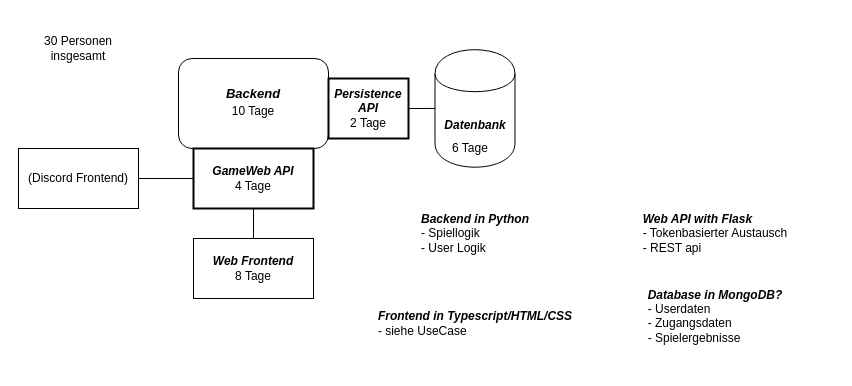
Above: page "Technische Umsetzung" (1 of 3) of Konzepte.drawio in ChroniclesOfTheRedeemed/VierGewinntLernFeld12 (draw.io), before the change. Source tidied: cells renumbered, new cells numbered last; positions are measured from the earlier drawing's top-left corner, leaving out a move shared by most shapes. Both pictures are drawn from the tidied source at 100%, with x=0, y=0 at pixel (18, 18).
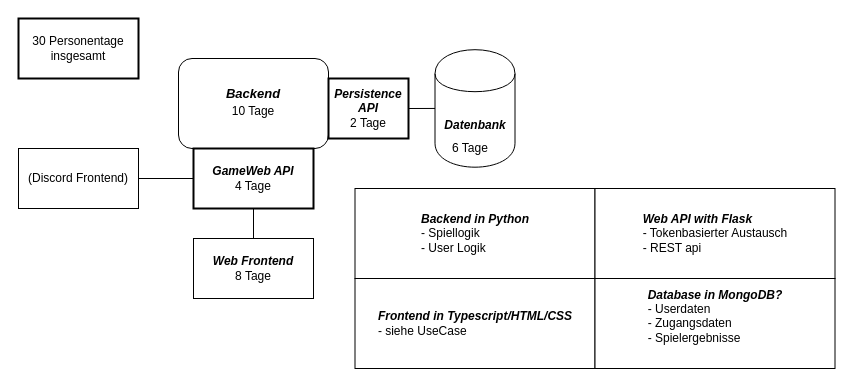
The same diagram, later.

Change to the diagram source:
```diff
@@
 <mxGraphModel>
   <root>
     <mxCell id="0" />
     <mxCell id="1" parent="0" />
     <mxCell id="2" style="edgeStyle=orthogonalEdgeStyle;rounded=0;jettySize=auto;html=1;exitX=1;exitY=0.5;exitDx=0;exitDy=0;entryX=0;entryY=0.5;entryDx=0;entryDy=0;endArrow=none;endFill=0;" parent="1" edge="1" source="4" target="11">
       <mxGeometry relative="1" as="geometry" />
     </mxCell>
     <mxCell id="3" style="edgeStyle=orthogonalEdgeStyle;rounded=0;jettySize=auto;html=1;exitX=0.5;exitY=1;exitDx=0;exitDy=0;entryX=0.5;entryY=0;entryDx=0;entryDy=0;endArrow=none;endFill=0;" parent="1" edge="1" source="4" target="9">
       <mxGeometry relative="1" as="geometry" />
     </mxCell>
     <mxCell id="4" value="&lt;br&gt;10 Tage" style="rounded=1;whiteSpace=wrap;html=1;" parent="1" vertex="1">
       <mxGeometry x="160" y="40" width="150" height="90" as="geometry" />
     </mxCell>
     <mxCell id="5" value="&lt;font style=&quot;font-size: 13px&quot;&gt;&lt;i&gt;&lt;b&gt;Backend&lt;/b&gt;&lt;/i&gt;&lt;/font&gt;" style="text;html=1;strokeColor=none;fillColor=none;align=center;verticalAlign=middle;whiteSpace=wrap;rounded=0;" parent="1" vertex="1">
       <mxGeometry x="190" y="65" width="90" height="20" as="geometry" />
     </mxCell>
     <mxCell id="6" value="&lt;i&gt;&lt;b&gt;Datenbank&lt;/b&gt;&lt;/i&gt;&lt;br&gt;" style="shape=cylinder;whiteSpace=wrap;html=1;boundedLbl=1;backgroundOutline=1;" parent="1" vertex="1">
       <mxGeometry x="416.5" y="31.2" width="80" height="117.5" as="geometry" />
     </mxCell>
     <mxCell id="7" style="edgeStyle=orthogonalEdgeStyle;rounded=0;jettySize=auto;html=1;exitX=0;exitY=0.5;exitDx=0;exitDy=0;entryX=1;entryY=0.5;entryDx=0;entryDy=0;endArrow=none;endFill=0;" parent="1" edge="1" source="9" target="12">
       <mxGeometry relative="1" as="geometry" />
     </mxCell>
     <mxCell id="8" style="edgeStyle=orthogonalEdgeStyle;rounded=0;jettySize=auto;html=1;exitX=0.5;exitY=1;exitDx=0;exitDy=0;entryX=0.5;entryY=0;entryDx=0;entryDy=0;endArrow=none;endFill=0;" parent="1" edge="1" source="9" target="13">
       <mxGeometry relative="1" as="geometry" />
     </mxCell>
     <mxCell id="9" value="&lt;b&gt;&lt;i&gt;GameWeb API&lt;/i&gt;&lt;/b&gt;&lt;br&gt;4 Tage" style="rounded=0;whiteSpace=wrap;html=1;strokeWidth=2;" parent="1" vertex="1">
       <mxGeometry x="175" y="130" width="120" height="60" as="geometry" />
     </mxCell>
     <mxCell id="10" style="edgeStyle=orthogonalEdgeStyle;rounded=0;jettySize=auto;html=1;exitX=1;exitY=0.5;exitDx=0;exitDy=0;entryX=0;entryY=0.5;entryDx=0;entryDy=0;endArrow=none;endFill=0;" parent="1" edge="1" source="11" target="6">
       <mxGeometry relative="1" as="geometry" />
     </mxCell>
     <mxCell id="11" value="&lt;b&gt;&lt;i&gt;Persistence API&lt;/i&gt;&lt;/b&gt;&lt;br&gt;2 Tage" style="rounded=0;whiteSpace=wrap;html=1;strokeWidth=2;" parent="1" vertex="1">
       <mxGeometry x="310" y="60" width="80" height="60" as="geometry" />
     </mxCell>
     <mxCell id="12" value="(Discord Frontend)" style="rounded=0;whiteSpace=wrap;html=1;" parent="1" vertex="1">
       <mxGeometry y="130" width="120" height="60" as="geometry" />
     </mxCell>
     <mxCell id="13" value="&lt;b&gt;&lt;i&gt;Web Frontend&lt;br&gt;&lt;/i&gt;&lt;/b&gt;8 Tage" style="rounded=0;whiteSpace=wrap;html=1;" parent="1" vertex="1">
       <mxGeometry x="175" y="220" width="120" height="60" as="geometry" />
     </mxCell>
-    <mxCell id="14" value="30 Personen insgesamt" style="rounded=0;whiteSpace=wrap;html=1;strokeWidth=2;strokeColor=#FFFFFF;" parent="1" vertex="1">
+    <mxCell id="14" value="30 Personentage insgesamt" style="rounded=0;whiteSpace=wrap;html=1;strokeWidth=2;strokeColor=#000000;" parent="1" vertex="1">
       <mxGeometry width="120" height="60" as="geometry" />
     </mxCell>
     <mxCell id="15" value="6 Tage&lt;br&gt;" style="text;html=1;align=left;verticalAlign=top;spacingTop=-4;" parent="1" vertex="1">
       <mxGeometry x="431.5" y="120" width="50" height="20" as="geometry" />
     </mxCell>
-    <mxCell id="16" value="&lt;div style=&quot;text-align: left&quot;&gt;&lt;span&gt;&lt;b&gt;&lt;i&gt;Backend in Python&lt;/i&gt;&lt;/b&gt;&lt;/span&gt;&lt;/div&gt;&lt;div style=&quot;text-align: left&quot;&gt;&lt;span&gt;- Spiellogik&lt;/span&gt;&lt;/div&gt;&lt;div style=&quot;text-align: left&quot;&gt;&lt;span&gt;- &lt;/span&gt;&lt;span&gt;User Logik&lt;/span&gt;&lt;/div&gt;" style="rounded=0;whiteSpace=wrap;html=1;strokeColor=#FFFFFF;" parent="1" vertex="1">
+    <mxCell id="16" value="&lt;div style=&quot;text-align: left&quot;&gt;&lt;span&gt;&lt;b&gt;&lt;i&gt;Backend in Python&lt;/i&gt;&lt;/b&gt;&lt;/span&gt;&lt;/div&gt;&lt;div style=&quot;text-align: left&quot;&gt;&lt;span&gt;- Spiellogik&lt;/span&gt;&lt;/div&gt;&lt;div style=&quot;text-align: left&quot;&gt;&lt;span&gt;- &lt;/span&gt;&lt;span&gt;User Logik&lt;/span&gt;&lt;/div&gt;" style="rounded=0;whiteSpace=wrap;html=1;strokeColor=#000000;" parent="1" vertex="1">
       <mxGeometry x="336.5" y="170" width="240" height="90" as="geometry" />
     </mxCell>
-    <mxCell id="17" value="&lt;div style=&quot;text-align: left&quot;&gt;&lt;span&gt;&lt;b&gt;&lt;i&gt;Frontend in Typescript/HTML/CSS&lt;/i&gt;&lt;/b&gt;&lt;/span&gt;&lt;/div&gt;&lt;div style=&quot;text-align: left&quot;&gt;- siehe UseCase&lt;/div&gt;" style="rounded=0;whiteSpace=wrap;html=1;strokeColor=#FFFFFF;" parent="1" vertex="1">
+    <mxCell id="17" value="&lt;div style=&quot;text-align: left&quot;&gt;&lt;span&gt;&lt;b&gt;&lt;i&gt;Frontend in Typescript/HTML/CSS&lt;/i&gt;&lt;/b&gt;&lt;/span&gt;&lt;/div&gt;&lt;div style=&quot;text-align: left&quot;&gt;- siehe UseCase&lt;/div&gt;" style="rounded=0;whiteSpace=wrap;html=1;strokeColor=#000000;" parent="1" vertex="1">
       <mxGeometry x="336.5" y="260" width="240" height="90" as="geometry" />
     </mxCell>
-    <mxCell id="18" value="&lt;div style=&quot;text-align: left&quot;&gt;&lt;span&gt;&lt;b&gt;&lt;i&gt;Database in MongoDB?&lt;/i&gt;&lt;/b&gt;&lt;/span&gt;&lt;/div&gt;&lt;div style=&quot;text-align: left&quot;&gt;&lt;span&gt;- Userdaten&lt;/span&gt;&lt;/div&gt;&lt;div style=&quot;text-align: left&quot;&gt;&lt;span&gt;- Zugangsdaten&lt;/span&gt;&lt;/div&gt;&lt;div style=&quot;text-align: left&quot;&gt;&lt;span&gt;- Spielergebnisse&lt;/span&gt;&lt;/div&gt;&lt;div style=&quot;text-align: left&quot;&gt;&lt;span&gt;&lt;br&gt;&lt;/span&gt;&lt;/div&gt;" style="rounded=0;whiteSpace=wrap;html=1;strokeColor=#FFFFFF;" parent="1" vertex="1">
+    <mxCell id="18" value="&lt;div style=&quot;text-align: left&quot;&gt;&lt;span&gt;&lt;b&gt;&lt;i&gt;Database in MongoDB?&lt;/i&gt;&lt;/b&gt;&lt;/span&gt;&lt;/div&gt;&lt;div style=&quot;text-align: left&quot;&gt;&lt;span&gt;- Userdaten&lt;/span&gt;&lt;/div&gt;&lt;div style=&quot;text-align: left&quot;&gt;&lt;span&gt;- Zugangsdaten&lt;/span&gt;&lt;/div&gt;&lt;div style=&quot;text-align: left&quot;&gt;&lt;span&gt;- Spielergebnisse&lt;/span&gt;&lt;/div&gt;&lt;div style=&quot;text-align: left&quot;&gt;&lt;span&gt;&lt;br&gt;&lt;/span&gt;&lt;/div&gt;" style="rounded=0;whiteSpace=wrap;html=1;strokeColor=#000000;" parent="1" vertex="1">
       <mxGeometry x="576.5" y="260" width="240" height="90" as="geometry" />
     </mxCell>
-    <mxCell id="19" value="&lt;div style=&quot;text-align: left&quot;&gt;&lt;span&gt;&lt;b&gt;&lt;i&gt;Web API with Flask&lt;/i&gt;&lt;/b&gt;&lt;/span&gt;&lt;/div&gt;&lt;div style=&quot;text-align: left&quot;&gt;- Tokenbasierter Austausch&lt;/div&gt;&lt;div style=&quot;text-align: left&quot;&gt;- REST api&lt;/div&gt;" style="rounded=0;whiteSpace=wrap;html=1;strokeColor=#FFFFFF;" parent="1" vertex="1">
+    <mxCell id="19" value="&lt;div style=&quot;text-align: left&quot;&gt;&lt;span&gt;&lt;b&gt;&lt;i&gt;Web API with Flask&lt;/i&gt;&lt;/b&gt;&lt;/span&gt;&lt;/div&gt;&lt;div style=&quot;text-align: left&quot;&gt;- Tokenbasierter Austausch&lt;/div&gt;&lt;div style=&quot;text-align: left&quot;&gt;- REST api&lt;/div&gt;" style="rounded=0;whiteSpace=wrap;html=1;strokeColor=#000000;" parent="1" vertex="1">
       <mxGeometry x="576.5" y="170" width="240" height="90" as="geometry" />
     </mxCell>
   </root>
 </mxGraphModel>
```
